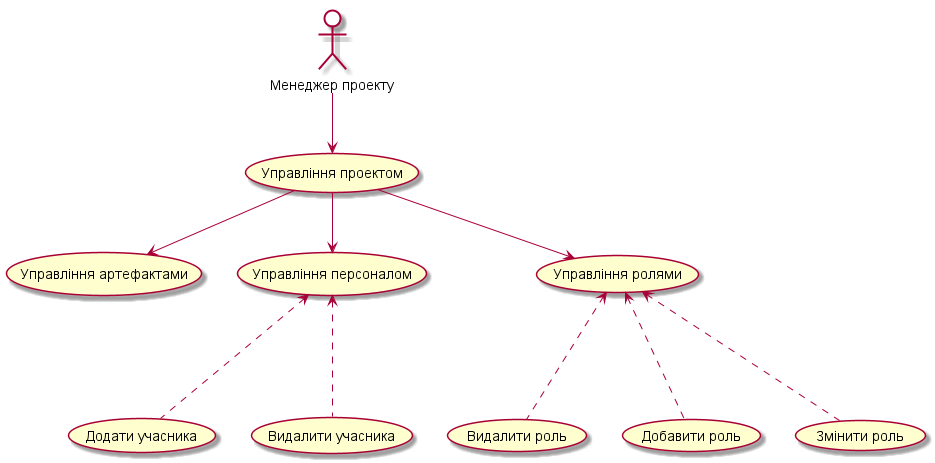
Earlier version of the PlantUML export Main/UC-Diagram/Manager.png (averkova-a/OBD_project).
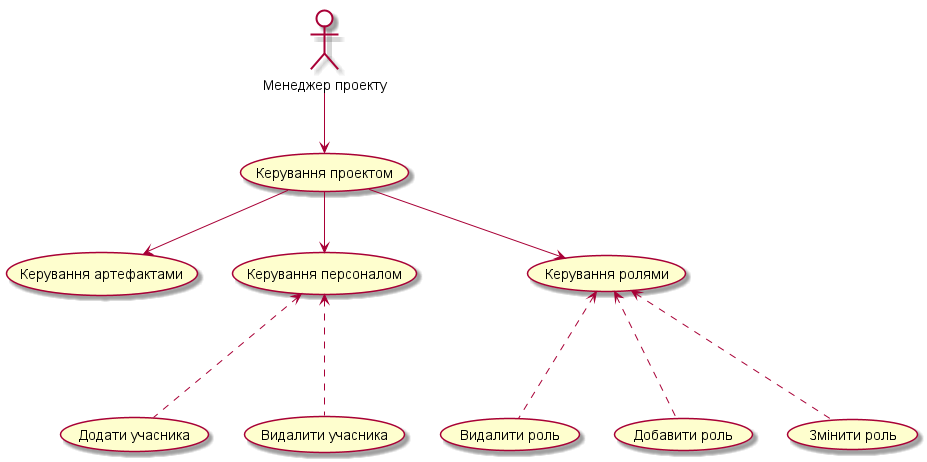
After the change.

The edit, as a diff of the source:
```diff
@@ -1,13 +1,13 @@
 @startuml
 top to bottom direction
 :Менеджер проекту: as Menege #white
-Menege --> (Управління проектом)
-(Управління проектом) --> (Управління артефактами)
-(Управління проектом) --> (Управління персоналом)
-(Управління проектом) --> (Управління ролями)
-(Управління персоналом)<...(Додати учасника)
-(Управління персоналом)<...(Видалити учасника)
-(Управління ролями)<...(Видалити роль)
-(Управління ролями)<...(Добавити роль)
-(Управління ролями)<...(Змінити роль)
+Menege --> (Керування проектом)
+(Керування проектом) --> (Керування артефактами)
+(Керування проектом) --> (Керування персоналом)
+(Керування проектом) --> (Керування ролями)
+(Керування персоналом)<...(Додати учасника)
+(Керування персоналом)<...(Видалити учасника)
+(Керування ролями)<...(Видалити роль)
+(Керування ролями)<...(Добавити роль)
+(Керування ролями)<...(Змінити роль)
 @enduml
```
